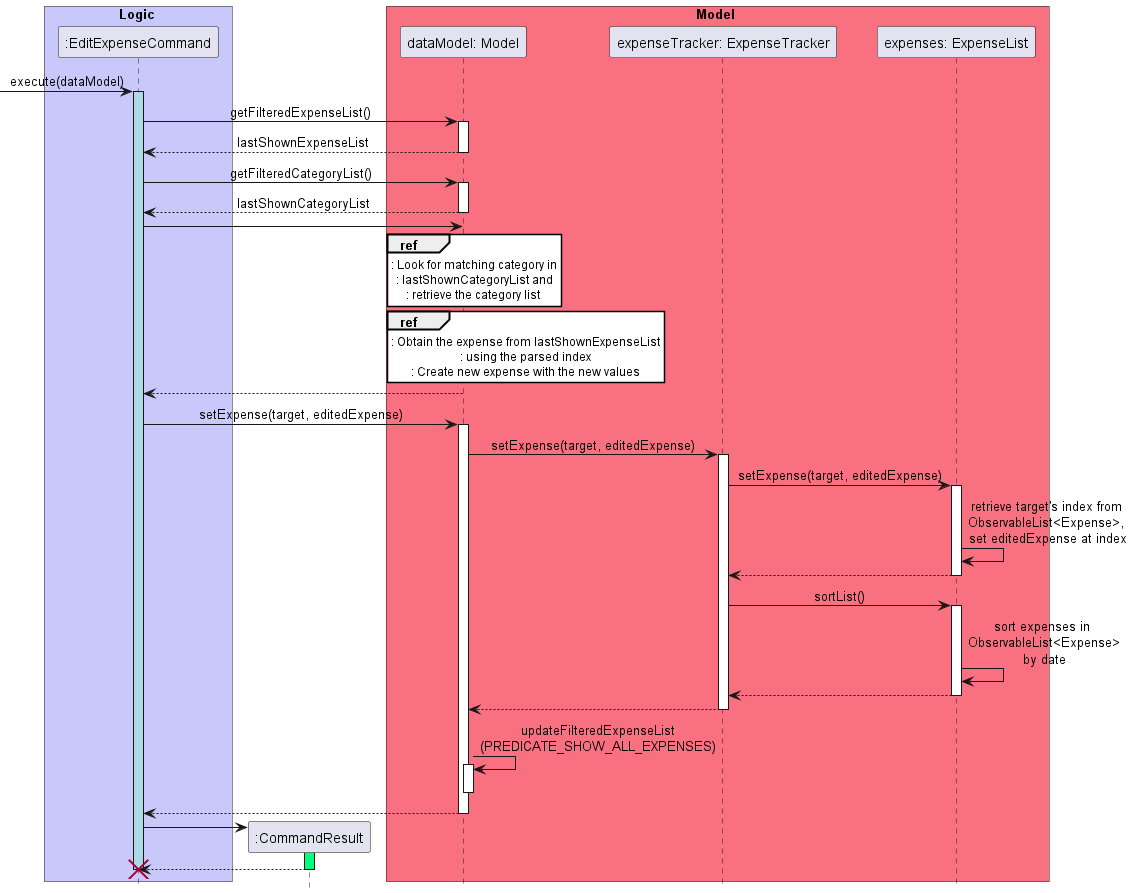
Before: docs/images/sequence_diagrams/EditExpenseSequenceDiagram.png, a diagram exported from PlantUML (nus-cs2103-AY2223S2/tp). The source it was exported from:
```plantuml
@startuml  EditExpenseSequenceDiagram

hide footbox
skinparam MinClassWidth 50
skinparam ParticipantPadding 10
skinparam Shadowing false
skinparam DefaultTextAlignment center
skinparam packageStyle Rectangle

box Model #F97181
participant "dataModel: Model" as Model order 3
participant "expenseTracker: ExpenseTracker" as ExpenseTracker order 4
participant "expenses: ExpenseList" as ExpenseList order 5
end box

box Logic #C8C8FA
participant ":EditExpenseCommand" as Command  order 1
end box


skinparam Sequence {
    MessageAlign center
    BoxFontSize 15
    BoxPadding 0
    BoxFontColor #FFFFFF
    ReferenceBackgroundColor #FFFFFF
}

[->Command: execute(dataModel)
activate Command #LightBlue
Command -> Model: getFilteredExpenseList()
activate Model
Model --> Command: lastShownExpenseList
deactivate Model
Command -> Model: getFilteredCategoryList()
activate Model
Model --> Command: lastShownCategoryList
deactivate Model

Command -> Model
ref over Model
    : Look for matching category in
    : lastShownCategoryList and
    : retrieve the category list
end ref
ref over Model
    : Obtain the expense from lastShownExpenseList
    : using the parsed index
    : Create new expense with the new values
end ref
Model --> Command

Command -> Model: setExpense(target, editedExpense)
activate Model
Model -> ExpenseTracker: setExpense(target, editedExpense)
activate ExpenseTracker
ExpenseTracker -> ExpenseList: setExpense(target, editedExpense)
activate ExpenseList
ExpenseList -> ExpenseList: retrieve target's index from \nObservableList<Expense>, \nset editedExpense at index
ExpenseList --> ExpenseTracker
deactivate ExpenseList
ExpenseTracker -> ExpenseList: sortList()
activate ExpenseList
ExpenseList -> ExpenseList: sort expenses in \nObservableList<Expense>\nby date
ExpenseList --> ExpenseTracker
deactivate ExpenseList
ExpenseTracker --> Model
deactivate ExpenseTracker
Model -> Model: updateFilteredExpenseList\n(PREDICATE_SHOW_ALL_EXPENSES)
activate Model
deactivate Model
Model --> Command
deactivate Model
create ":CommandResult" as CommandResult order 1
Command -> CommandResult
activate CommandResult #SpringGreen
CommandResult --> Command
deactivate CommandResult
destroy Command

@enduml
```
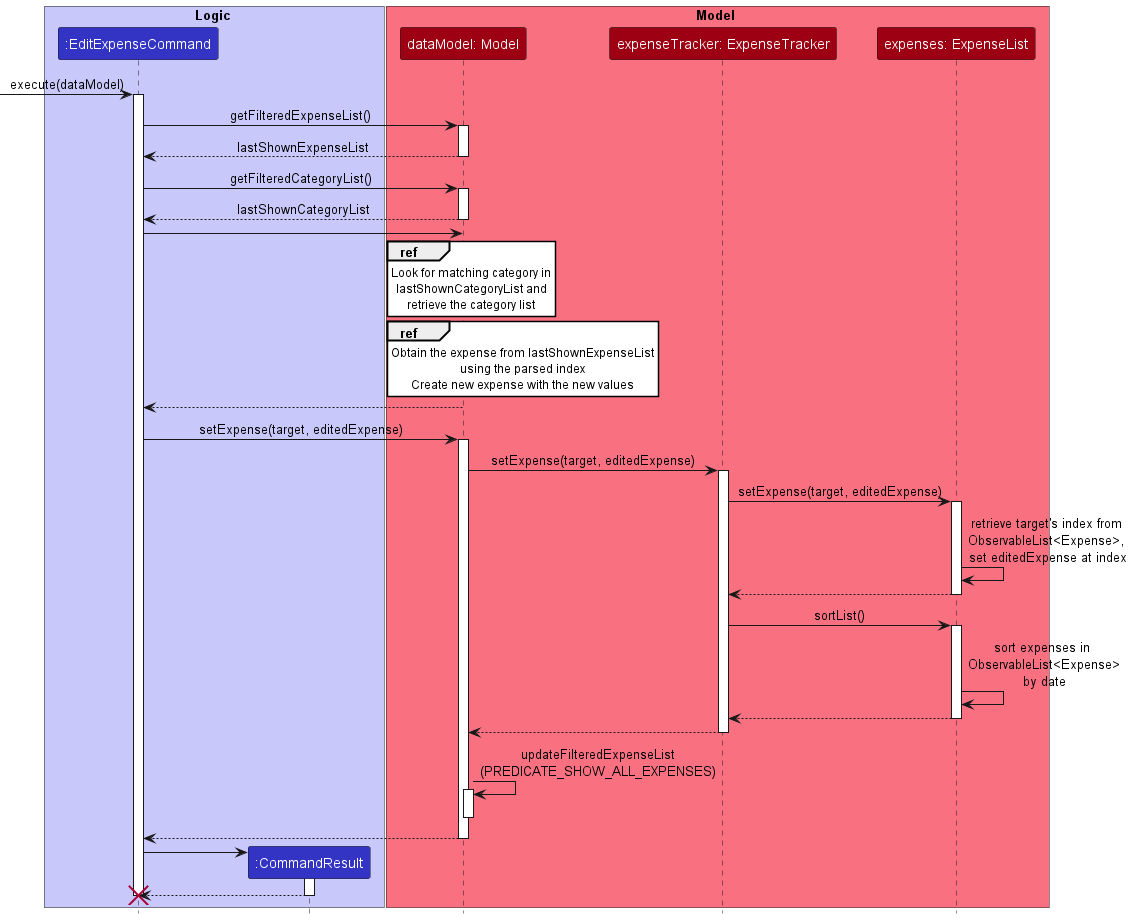
The same diagram one commit later.

The edit, as a diff of the source:
```diff
@@ -1,4 +1,5 @@
 @startuml  EditExpenseSequenceDiagram
+!include ../../style.puml
 
 hide footbox
 skinparam MinClassWidth 50
@@ -7,27 +8,19 @@
 skinparam DefaultTextAlignment center
 skinparam packageStyle Rectangle
 
-box Model #F97181
-participant "dataModel: Model" as Model order 3
-participant "expenseTracker: ExpenseTracker" as ExpenseTracker order 4
-participant "expenses: ExpenseList" as ExpenseList order 5
+box Model MODEL_COLOR_T1
+participant "dataModel: Model" as Model order 3 MODEL_COLOR
+participant "expenseTracker: ExpenseTracker" as ExpenseTracker order 4 MODEL_COLOR
+participant "expenses: ExpenseList" as ExpenseList order 5 MODEL_COLOR
 end box
 
-box Logic #C8C8FA
-participant ":EditExpenseCommand" as Command  order 1
+box Logic LOGIC_COLOR_T1
+participant ":EditExpenseCommand" as Command LOGIC_COLOR
+participant ":CommandResult" as CommandResult LOGIC_COLOR
 end box
 
-
-skinparam Sequence {
-    MessageAlign center
-    BoxFontSize 15
-    BoxPadding 0
-    BoxFontColor #FFFFFF
-    ReferenceBackgroundColor #FFFFFF
-}
-
 [->Command: execute(dataModel)
-activate Command #LightBlue
+activate Command
 Command -> Model: getFilteredExpenseList()
 activate Model
 Model --> Command: lastShownExpenseList
@@ -39,14 +32,14 @@
 
 Command -> Model
 ref over Model
-    : Look for matching category in
-    : lastShownCategoryList and
-    : retrieve the category list
+    Look for matching category in
+    lastShownCategoryList and
+    retrieve the category list
 end ref
 ref over Model
-    : Obtain the expense from lastShownExpenseList
-    : using the parsed index
-    : Create new expense with the new values
+    Obtain the expense from lastShownExpenseList
+    using the parsed index
+    Create new expense with the new values
 end ref
 Model --> Command
 
@@ -71,9 +64,9 @@
 deactivate Model
 Model --> Command
 deactivate Model
-create ":CommandResult" as CommandResult order 1
+create CommandResult
 Command -> CommandResult
-activate CommandResult #SpringGreen
+activate CommandResult
 CommandResult --> Command
 deactivate CommandResult
 destroy Command
```
